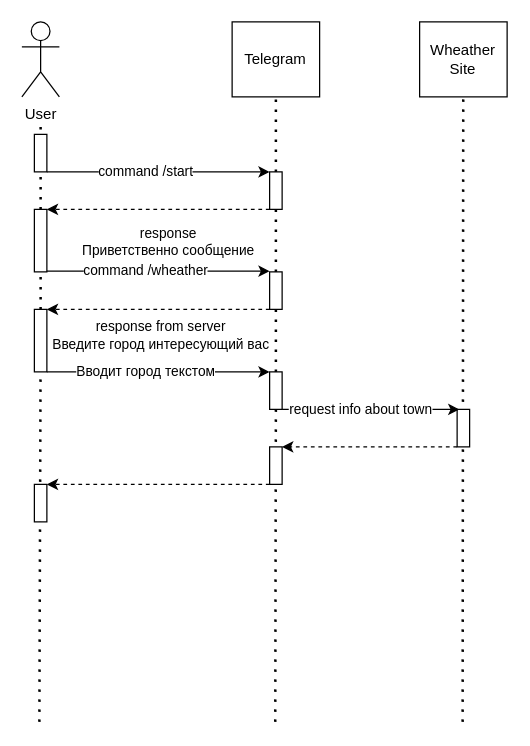
Before: sequence-diagram.drawio in rmastodon0603/itstep_course_uml, a draw.io diagram. Source tidied: cells renumbered, new cells numbered last; positions are measured from the earlier drawing's top-left corner, leaving out a move shared by most shapes. Both pictures are drawn from the tidied source at 125%, with x=0, y=0 at pixel (21, 21).
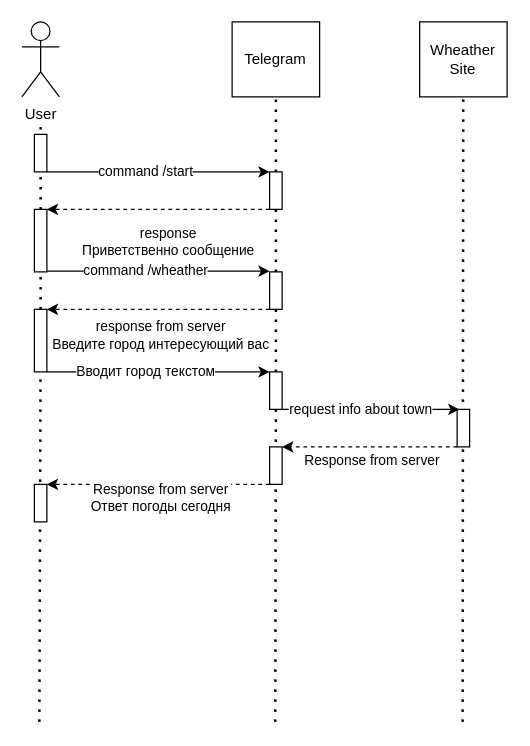
Above is the later version.

The change refers to these unchanged cells:
```xml
<mxCell id="28" style="edgeStyle=orthogonalEdgeStyle;rounded=0;jettySize=auto;html=1;exitX=0;exitY=1;exitDx=0;exitDy=0;entryX=1;entryY=0;entryDx=0;entryDy=0;dashed=1;" parent="1" edge="1" source="29" target="33">
  <mxGeometry relative="1" as="geometry">
    <Array as="points">
      <mxPoint x="240" y="340" />
      <mxPoint x="240" y="340" />
    </Array>
  </mxGeometry>
</mxCell>
```

What changed in the source:
```diff
@@
+    <mxCell id="35" value="Response from server" style="edgeLabel;html=1;align=center;verticalAlign=middle;" parent="28" vertex="1">
+      <mxGeometry x="0.34" y="-1" relative="1" as="geometry">
+        <mxPoint x="25" y="11" as="offset" />
+      </mxGeometry>
+    </mxCell>
@@
+    <mxCell id="36" value="Response from server&lt;br&gt;Ответ погоды сегодня" style="edgeLabel;html=1;align=center;verticalAlign=middle;" parent="1" vertex="1">
+      <mxGeometry x="110" y="380" as="geometry" />
+    </mxCell>
```
